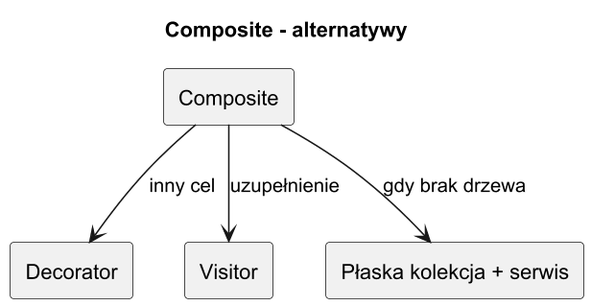
Before: src/12-kompozyt/06-alternatywy-i-kiedy-nie/diagrams/composite_alternatives.png, a diagram exported from PlantUML (tborzyszkowski/DesignPatterns).
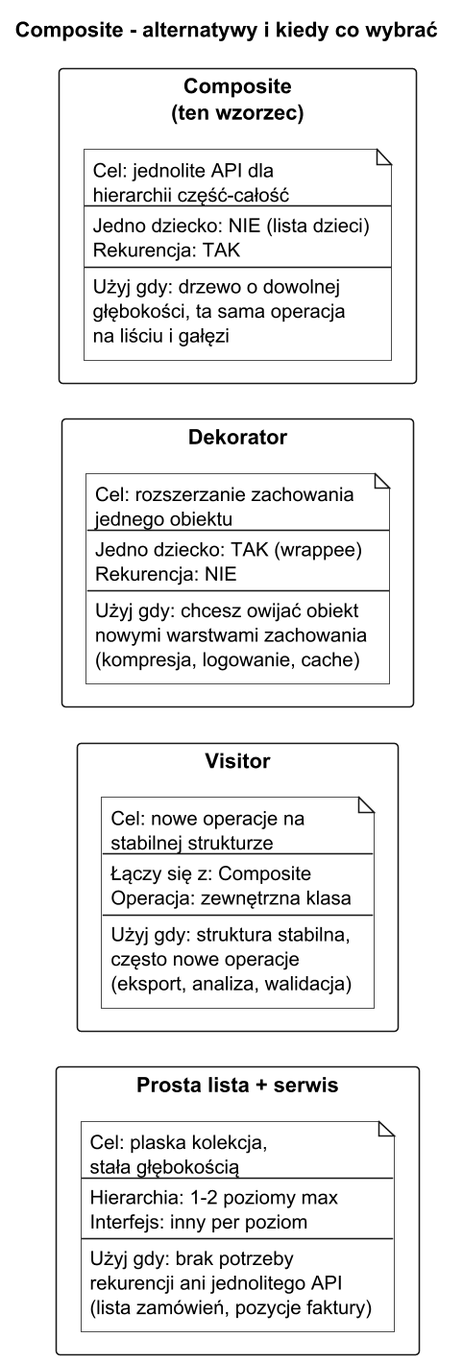
The same diagram one commit later.

What changed in the source:
```diff
@@ -1,16 +1,67 @@
 @startuml composite_alternatives
-title Composite - alternatywy
+title Composite - alternatywy i kiedy co wybrać
 
 skinparam monochrome true
 skinparam dpi 150
 
-rectangle "Composite" as C
-rectangle "Decorator" as D
-rectangle "Visitor" as V
-rectangle "Płaska kolekcja + serwis" as F
+rectangle "Composite\n(ten wzorzec)" {
+    note as C
+      Cel: jednolite API dla
+      hierarchii część-całość
+      ----
+      Jedno dziecko: NIE (lista dzieci)
+      Rekurencja: TAK
+      ----
+      Użyj gdy: drzewo o dowolnej
+      głębokości, ta sama operacja
+      na liściu i gałęzi
+    end note
+}
 
-C --> D : inny cel
-C --> V : uzupełnienie
-C --> F : gdy brak drzewa
+rectangle "Dekorator" {
+    note as D
+      Cel: rozszerzanie zachowania
+      jednego obiektu
+      ----
+      Jedno dziecko: TAK (wrappee)
+      Rekurencja: NIE
+      ----
+      Użyj gdy: chcesz owijać obiekt
+      nowymi warstwami zachowania
+      (kompresja, logowanie, cache)
+    end note
+}
+
+rectangle "Visitor" {
+    note as V
+      Cel: nowe operacje na
+      stabilnej strukturze
+      ----
+      Łączy się z: Composite
+      Operacja: zewnętrzna klasa
+      ----
+      Użyj gdy: struktura stabilna,
+      często nowe operacje
+      (eksport, analiza, walidacja)
+    end note
+}
+
+rectangle "Prosta lista + serwis" {
+    note as F
+      Cel: plaska kolekcja,
+      stała głębokością
+      ----
+      Hierarchia: 1-2 poziomy max
+      Interfejs: inny per poziom
+      ----
+      Użyj gdy: brak potrzeby
+      rekurencji ani jednolitego API
+      (lista zamówień, pozycje faktury)
+    end note
+}
+
+C -[hidden]- D
+D -[hidden]- V
+V -[hidden]- F
 
 @enduml
```
